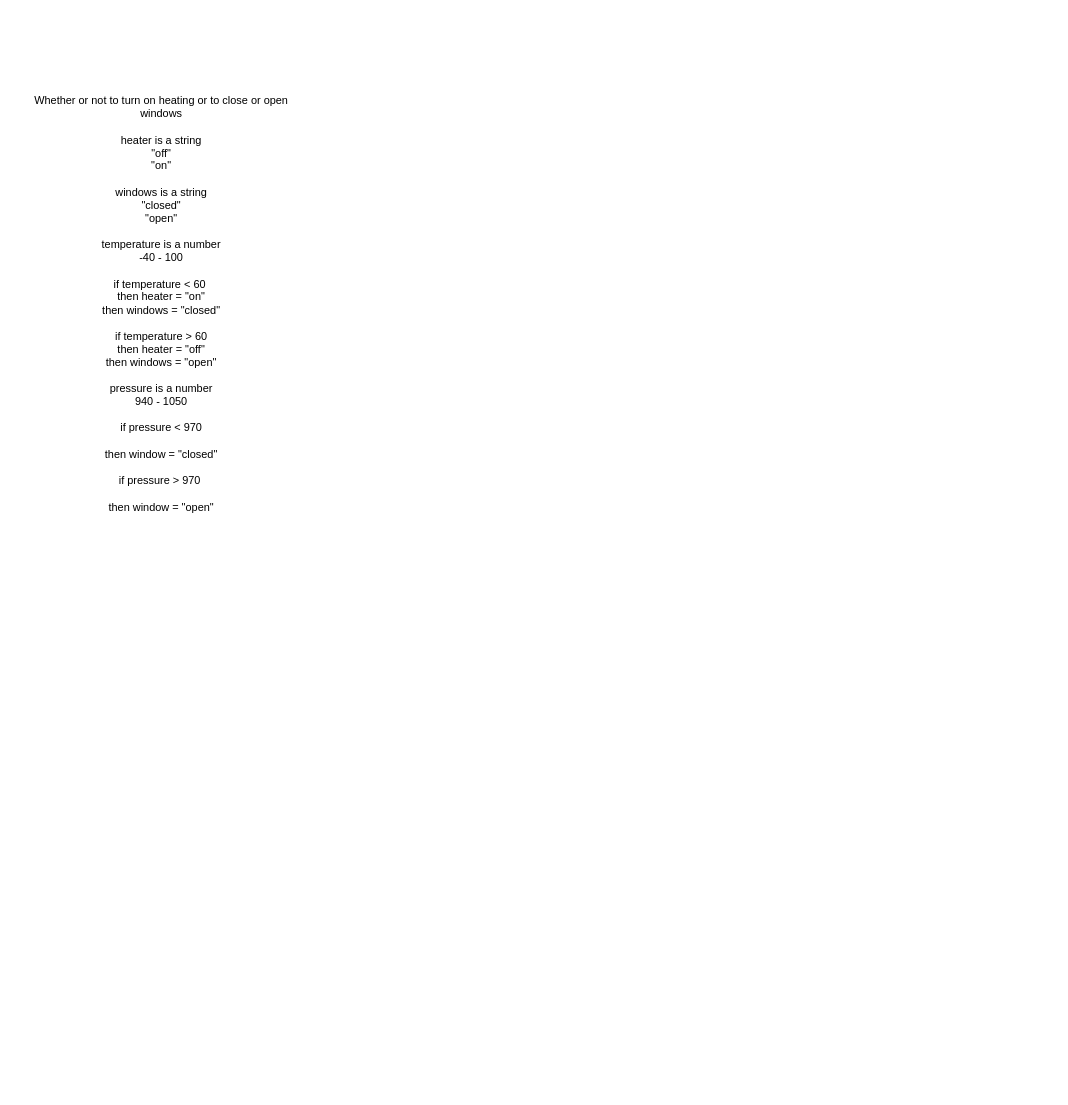
The draw.io diagram Final project.drawio in atimmer1/First-CSCS-1240, before the edit. Source tidied: cells renumbered, new cells numbered last; positions are measured from the earlier drawing's top-left corner, leaving out a move shared by most shapes. Both pictures are drawn from the tidied source at 91%, with x=0, y=0 at pixel (15, 93).
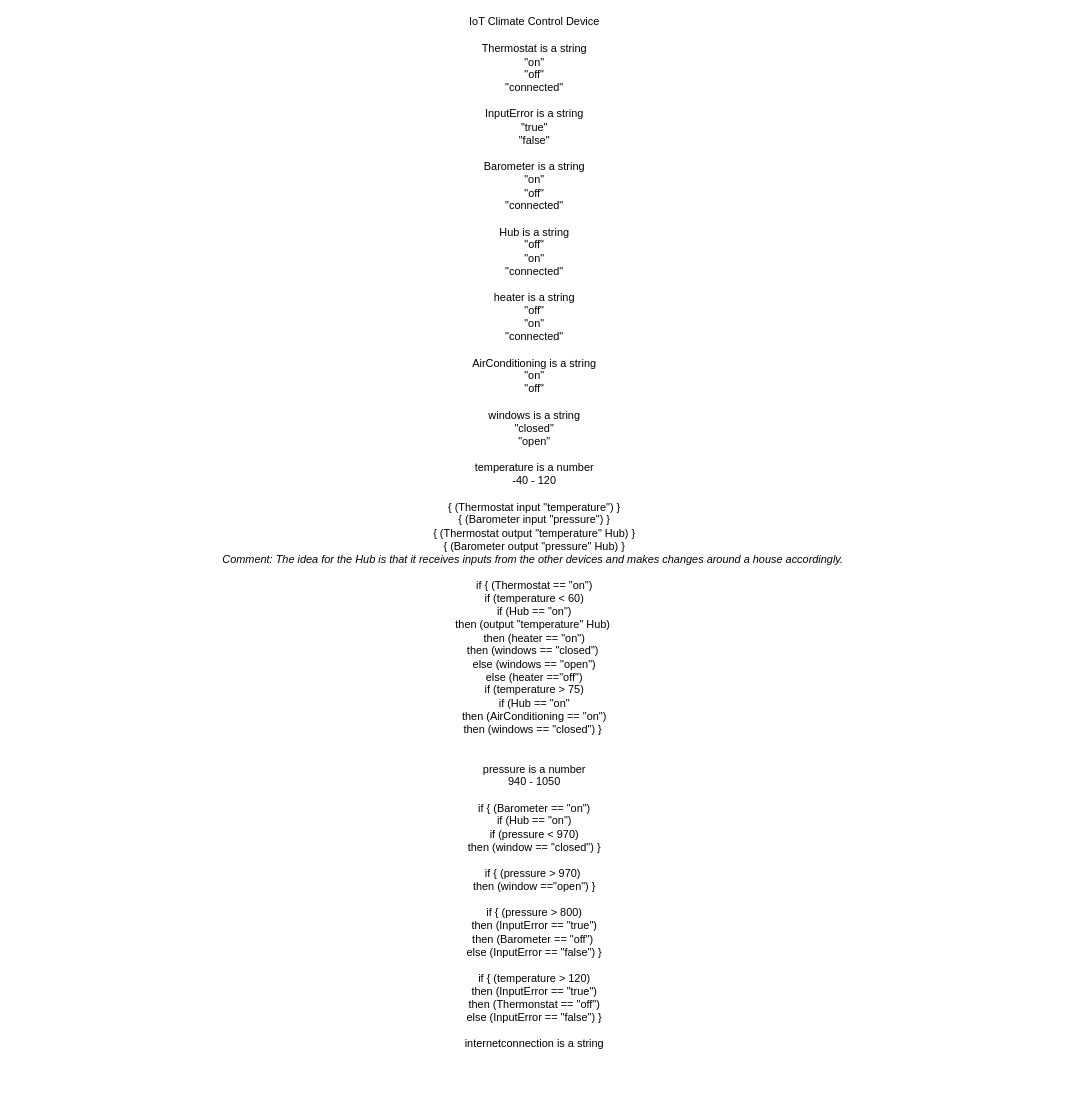
The same page after the edit.

Diff of the diagram source:
```diff
@@
 <mxGraphModel>
   <root>
     <mxCell id="0" />
     <mxCell id="1" parent="0" />
-    <mxCell id="2" value="Whether or not to turn on heating or to close or open windows&lt;br&gt;&lt;br&gt;heater is a string&lt;br&gt;&quot;off&quot;&lt;br&gt;&quot;on&quot;&lt;br&gt;&lt;br&gt;windows is a string&lt;br&gt;&quot;closed&quot;&lt;br&gt;&quot;open&quot;&lt;br&gt;&lt;br&gt;temperature is a number&lt;br&gt;-40 - 100&lt;br&gt;&lt;br&gt;if temperature &amp;lt; 60&amp;nbsp;&lt;br&gt;then heater = &quot;on&quot;&lt;br&gt;then windows = &quot;closed&quot;&lt;br&gt;&lt;br&gt;if temperature &amp;gt; 60&lt;br&gt;then heater = &quot;off&quot;&lt;br&gt;then windows = &quot;open&quot;&lt;br&gt;&lt;br&gt;pressure is a number&lt;br&gt;940 - 1050&lt;br&gt;&lt;br&gt;if pressure &amp;lt; 970&lt;br&gt;&lt;br&gt;then window = &quot;closed&quot;&lt;br&gt;&lt;br&gt;if pressure &amp;gt; 970&amp;nbsp;&lt;br&gt;&lt;br&gt;then window = &quot;open&quot;&lt;br&gt;&lt;br&gt;&lt;br&gt;&lt;br&gt;&lt;br&gt;" style="text;html=1;strokeColor=none;fillColor=none;align=center;verticalAlign=middle;whiteSpace=wrap;rounded=0;" parent="1" vertex="1">
-      <mxGeometry width="320" height="520" as="geometry" />
+    <mxCell id="2" value="IoT Climate Control Device&lt;br&gt;&lt;br&gt;Thermostat is a string&lt;br&gt;&quot;on&quot;&lt;br&gt;&quot;off&quot;&lt;br&gt;&quot;connected&quot;&lt;br&gt;&lt;br&gt;InputError is a string&lt;br&gt;&quot;true&quot;&lt;br&gt;&quot;false&quot;&lt;br&gt;&lt;br&gt;Barometer is a string&lt;br&gt;&quot;on&quot;&lt;br&gt;&quot;off&quot;&lt;br&gt;&quot;connected&quot;&lt;br&gt;&lt;br&gt;Hub is a string&lt;br&gt;&quot;off&quot;&lt;br&gt;&quot;on&quot;&lt;br&gt;&quot;connected&quot;&lt;br&gt;&lt;br&gt;heater is a string&lt;br&gt;&quot;off&quot;&lt;br&gt;&quot;on&quot;&lt;br&gt;&quot;connected&quot;&lt;br&gt;&lt;br&gt;AirConditioning is a string&lt;br&gt;&quot;on&quot;&lt;br&gt;&quot;off&quot;&lt;br&gt;&lt;br&gt;windows is a string&lt;br&gt;&quot;closed&quot;&lt;br&gt;&quot;open&quot;&lt;br&gt;&lt;br&gt;temperature is a number&lt;br&gt;-40 - 120&lt;br&gt;&lt;br&gt;{ (Thermostat input &quot;temperature&quot;) }&lt;br&gt;{ (Barometer input &quot;pressure&quot;) }&lt;br&gt;{ (Thermostat output &quot;temperature&quot; Hub) }&lt;br&gt;{ (Barometer output &quot;pressure&quot; Hub) }&lt;br&gt;&lt;i&gt;Comment: The idea for the Hub is that it receives&amp;nbsp;inputs from the other devices and makes changes around a house accordingly.&amp;nbsp;&lt;br&gt;&lt;/i&gt;&lt;br&gt;if { (Thermostat == &quot;on&quot;)&lt;br&gt;if (temperature &amp;lt; 60)&lt;br&gt;if (Hub == &quot;on&quot;)&lt;br&gt;then (output &quot;temperature&quot; Hub)&amp;nbsp;&lt;br&gt;then (heater == &quot;on&quot;)&lt;br&gt;then (windows == &quot;closed&quot;)&amp;nbsp;&lt;br&gt;else (windows == &quot;open&quot;)&lt;br&gt;else (heater ==&quot;off&quot;)&lt;br&gt;if (temperature &amp;gt; 75)&lt;br&gt;if (Hub == &quot;on&quot;&lt;br&gt;then (AirConditioning == &quot;on&quot;)&lt;br&gt;then (windows == &quot;closed&quot;) }&amp;nbsp;&lt;br&gt;&lt;br&gt;&lt;br&gt;pressure is a number&lt;br&gt;940 - 1050&lt;br&gt;&lt;br&gt;if { (Barometer == &quot;on&quot;)&lt;br&gt;if (Hub == &quot;on&quot;)&lt;br&gt;if (pressure &amp;lt; 970)&lt;br&gt;then (window == &quot;closed&quot;) }&lt;br&gt;&lt;br&gt;if { (pressure &amp;gt; 970)&amp;nbsp;&lt;br&gt;then (window ==&quot;open&quot;) }&lt;br&gt;&lt;br&gt;if { (pressure &amp;gt; 800)&lt;br&gt;then (InputError == &quot;true&quot;)&lt;br&gt;then (Barometer == &quot;off&quot;)&amp;nbsp;&lt;br&gt;else (InputError == &quot;false&quot;) }&lt;br&gt;&lt;br&gt;if { (temperature &amp;gt; 120)&lt;br&gt;then (InputError == &quot;true&quot;)&lt;br&gt;then (Thermonstat == &quot;off&quot;)&lt;br&gt;else (InputError == &quot;false&quot;) }&lt;br&gt;&lt;br&gt;internetconnection is a string&lt;br&gt;&lt;br&gt;&lt;br&gt;&lt;br&gt;" style="text;html=1;strokeColor=none;fillColor=none;align=center;verticalAlign=middle;whiteSpace=wrap;rounded=0;" parent="1" vertex="1">
+      <mxGeometry width="1140" height="1010" as="geometry" />
     </mxCell>
   </root>
 </mxGraphModel>
```
